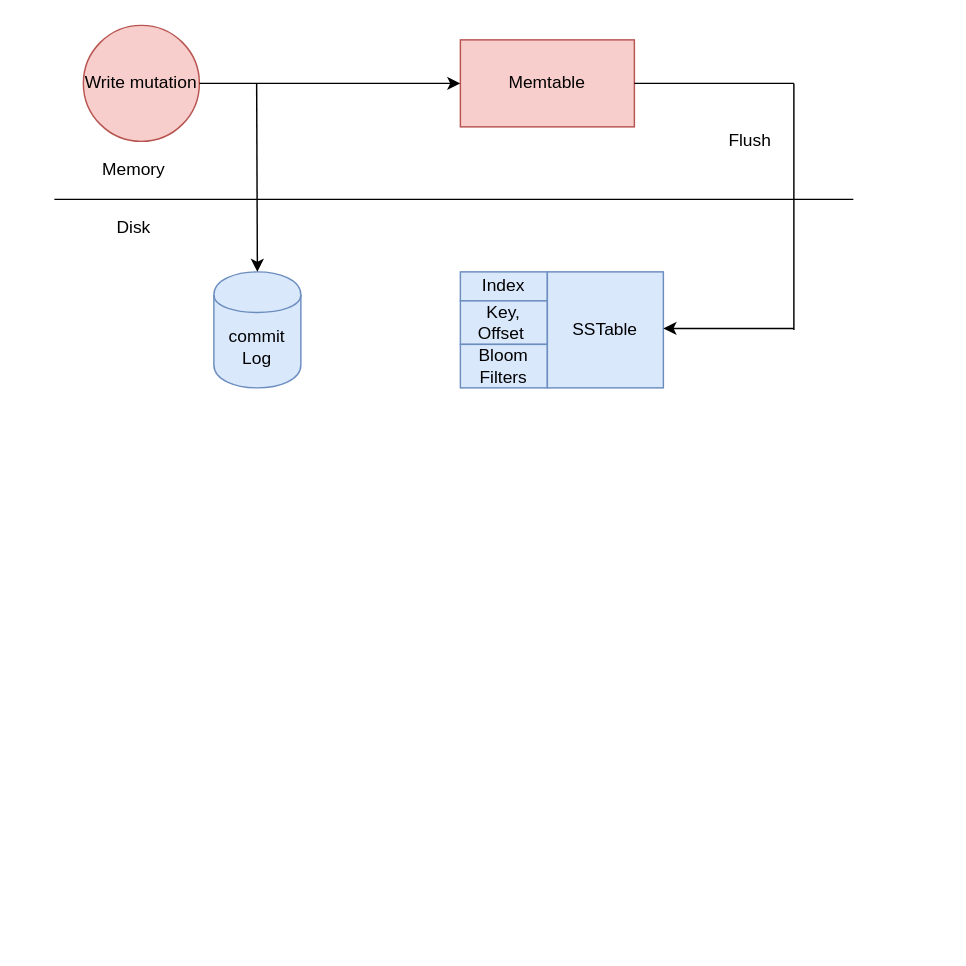
The draw.io diagram page "write read" (2 of 3) of cassandra_learn.drawio in zhangwm1987/mydraw_io, before the edit. Source tidied: cells renumbered, new cells numbered last; positions are measured from the earlier drawing's top-left corner, leaving out a move shared by most shapes. Both pictures are drawn from the tidied source at 145%, with x=0, y=0 at pixel (54, 25).
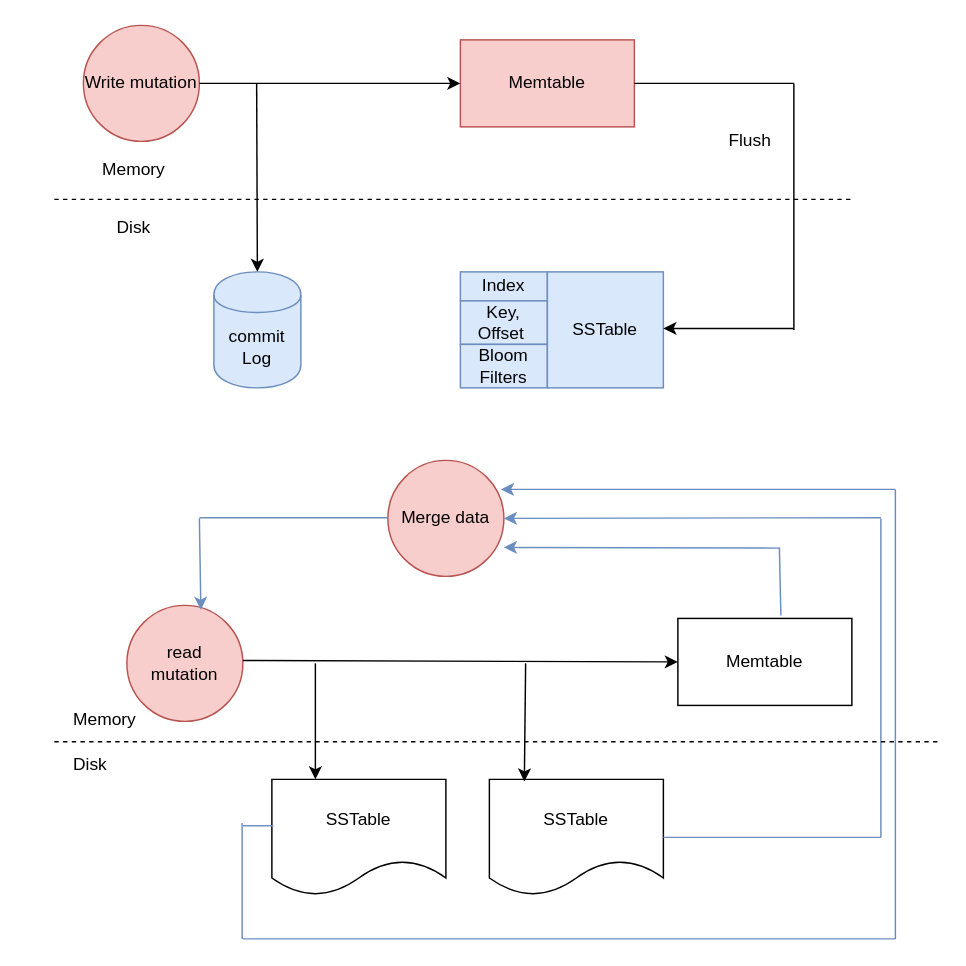
After the change.

The edit, as a diff of the source:
```diff
@@
-    <mxCell id="4" style="endArrow=none;html=1;strokeColor=#000000;" parent="1" edge="1">
+    <mxCell id="4" style="endArrow=none;html=1;strokeColor=#000000;dashed=1;" parent="1" edge="1">
       <mxGeometry relative="1" as="geometry">
         <mxPoint y="120" as="sourcePoint" />
         <mxPoint x="551" y="120" as="targetPoint" />
       </mxGeometry>
     </mxCell>
@@
+    <mxCell id="18" value="read &lt;br&gt;mutation" style="ellipse;whiteSpace=wrap;html=1;fillColor=#f8cecc;strokeColor=#b85450;" parent="1" vertex="1">
+      <mxGeometry x="50" y="400" width="80" height="80" as="geometry" />
+    </mxCell>
+    <mxCell id="19" value="Merge data" style="ellipse;whiteSpace=wrap;html=1;fillColor=#f8cecc;strokeColor=#b85450;" parent="1" vertex="1">
+      <mxGeometry x="230" y="300" width="80" height="80" as="geometry" />
+    </mxCell>
+    <mxCell id="20" value="SSTable" style="shape=document;whiteSpace=wrap;html=1;boundedLbl=1;" parent="1" vertex="1">
+      <mxGeometry x="150" y="520" width="120" height="80" as="geometry" />
+    </mxCell>
+    <mxCell id="21" value="&lt;span&gt;SSTable&lt;/span&gt;" style="shape=document;whiteSpace=wrap;html=1;boundedLbl=1;" parent="1" vertex="1">
+      <mxGeometry x="300" y="520" width="120" height="80" as="geometry" />
+    </mxCell>
+    <mxCell id="22" value="Memtable" style="rounded=0;whiteSpace=wrap;html=1;" parent="1" vertex="1">
+      <mxGeometry x="430" y="409" width="120" height="60" as="geometry" />
+    </mxCell>
+    <mxCell id="23" style="endArrow=classic;html=1;strokeColor=#000000;entryX=0;entryY=0.5;entryDx=0;entryDy=0;" parent="1" edge="1" target="22">
+      <mxGeometry relative="1" as="geometry">
+        <mxPoint x="130" y="438" as="sourcePoint" />
+      </mxGeometry>
+    </mxCell>
+    <mxCell id="24" style="endArrow=classic;html=1;strokeColor=#000000;entryX=0.25;entryY=0;entryDx=0;entryDy=0;" parent="1" edge="1" target="20">
+      <mxGeometry relative="1" as="geometry">
+        <mxPoint x="180" y="440" as="sourcePoint" />
+      </mxGeometry>
+    </mxCell>
+    <mxCell id="25" style="endArrow=classic;html=1;strokeColor=#000000;entryX=0.201;entryY=0.018;entryDx=0;entryDy=0;entryPerimeter=0;" parent="1" edge="1" target="21">
+      <mxGeometry relative="1" as="geometry">
+        <mxPoint x="325" y="440" as="sourcePoint" />
+      </mxGeometry>
+    </mxCell>
+    <mxCell id="26" style="endArrow=classic;html=1;strokeColor=#6c8ebf;fillColor=#dae8fc;" parent="1" edge="1">
+      <mxGeometry relative="1" as="geometry">
+        <mxPoint x="500" y="360.5" as="sourcePoint" />
+        <mxPoint x="310" y="360" as="targetPoint" />
+      </mxGeometry>
+    </mxCell>
+    <mxCell id="27" style="endArrow=none;html=1;strokeColor=#6c8ebf;exitX=0.592;exitY=-0.033;exitDx=0;exitDy=0;exitPerimeter=0;fillColor=#dae8fc;" parent="1" edge="1" source="22">
+      <mxGeometry relative="1" as="geometry">
+        <mxPoint x="500" y="360" as="targetPoint" />
+      </mxGeometry>
+    </mxCell>
+    <mxCell id="28" style="endArrow=none;html=1;strokeColor=#6c8ebf;exitX=1;exitY=0.5;exitDx=0;exitDy=0;fillColor=#dae8fc;" parent="1" edge="1" source="21">
+      <mxGeometry relative="1" as="geometry">
+        <mxPoint x="570" y="560" as="targetPoint" />
+      </mxGeometry>
+    </mxCell>
+    <mxCell id="29" style="endArrow=classic;html=1;strokeColor=#6c8ebf;entryX=1;entryY=0.5;entryDx=0;entryDy=0;fillColor=#dae8fc;" parent="1" edge="1" target="19">
+      <mxGeometry relative="1" as="geometry">
+        <mxPoint x="570" y="339.5" as="sourcePoint" />
+      </mxGeometry>
+    </mxCell>
+    <mxCell id="30" style="endArrow=none;html=1;strokeColor=#6c8ebf;fillColor=#dae8fc;" parent="1" edge="1">
+      <mxGeometry relative="1" as="geometry">
+        <mxPoint x="570" y="560" as="sourcePoint" />
+        <mxPoint x="570" y="340" as="targetPoint" />
+      </mxGeometry>
+    </mxCell>
+    <mxCell id="31" style="endArrow=none;html=1;strokeColor=#6c8ebf;entryX=0.008;entryY=0.4;entryDx=0;entryDy=0;entryPerimeter=0;fillColor=#dae8fc;" parent="1" edge="1" target="20">
+      <mxGeometry relative="1" as="geometry">
+        <mxPoint x="130" y="552" as="sourcePoint" />
+      </mxGeometry>
+    </mxCell>
+    <mxCell id="32" style="endArrow=none;html=1;strokeColor=#6c8ebf;fillColor=#dae8fc;" parent="1" edge="1">
+      <mxGeometry relative="1" as="geometry">
+        <mxPoint x="129.5" y="630" as="sourcePoint" />
+        <mxPoint x="129.5" y="550" as="targetPoint" />
+      </mxGeometry>
+    </mxCell>
+    <mxCell id="33" style="endArrow=none;html=1;strokeColor=#6c8ebf;fillColor=#dae8fc;" parent="1" edge="1">
+      <mxGeometry relative="1" as="geometry">
+        <mxPoint x="580" y="630" as="sourcePoint" />
+        <mxPoint x="130" y="630" as="targetPoint" />
+      </mxGeometry>
+    </mxCell>
+    <mxCell id="34" style="endArrow=none;html=1;strokeColor=#6c8ebf;fillColor=#dae8fc;" parent="1" edge="1">
+      <mxGeometry relative="1" as="geometry">
+        <mxPoint x="580" y="630" as="sourcePoint" />
+        <mxPoint x="580" y="320" as="targetPoint" />
+      </mxGeometry>
+    </mxCell>
+    <mxCell id="35" style="endArrow=classic;html=1;strokeColor=#6c8ebf;entryX=0.975;entryY=0.25;entryDx=0;entryDy=0;entryPerimeter=0;fillColor=#dae8fc;" parent="1" edge="1" target="19">
+      <mxGeometry relative="1" as="geometry">
+        <mxPoint x="580" y="320" as="sourcePoint" />
+      </mxGeometry>
+    </mxCell>
+    <mxCell id="36" style="endArrow=none;html=1;strokeColor=#000000;dashed=1;" parent="1" edge="1">
+      <mxGeometry relative="1" as="geometry">
+        <mxPoint y="494" as="sourcePoint" />
+        <mxPoint x="610" y="494" as="targetPoint" />
+      </mxGeometry>
+    </mxCell>
+    <mxCell id="37" value="Memory&lt;br&gt;" style="text;html=1;strokeColor=none;fillColor=none;align=center;verticalAlign=middle;whiteSpace=wrap;rounded=0;" parent="1" vertex="1">
+      <mxGeometry x="-10" y="469" width="90" height="20" as="geometry" />
+    </mxCell>
+    <mxCell id="38" value="Disk&lt;br&gt;" style="text;html=1;strokeColor=none;fillColor=none;align=center;verticalAlign=middle;whiteSpace=wrap;rounded=0;" parent="1" vertex="1">
+      <mxGeometry x="-20" y="500" width="90" height="20" as="geometry" />
+    </mxCell>
+    <mxCell id="39" style="endArrow=none;html=1;strokeColor=#6c8ebf;fillColor=#dae8fc;" parent="1" edge="1">
+      <mxGeometry relative="1" as="geometry">
+        <mxPoint x="230" y="339.5" as="sourcePoint" />
+        <mxPoint x="100" y="339.5" as="targetPoint" />
+      </mxGeometry>
+    </mxCell>
+    <mxCell id="40" style="endArrow=classic;html=1;strokeColor=#6c8ebf;entryX=0.638;entryY=0.038;entryDx=0;entryDy=0;entryPerimeter=0;fillColor=#dae8fc;" parent="1" edge="1" target="18">
+      <mxGeometry relative="1" as="geometry">
+        <mxPoint x="100" y="340" as="sourcePoint" />
+      </mxGeometry>
+    </mxCell>
```
